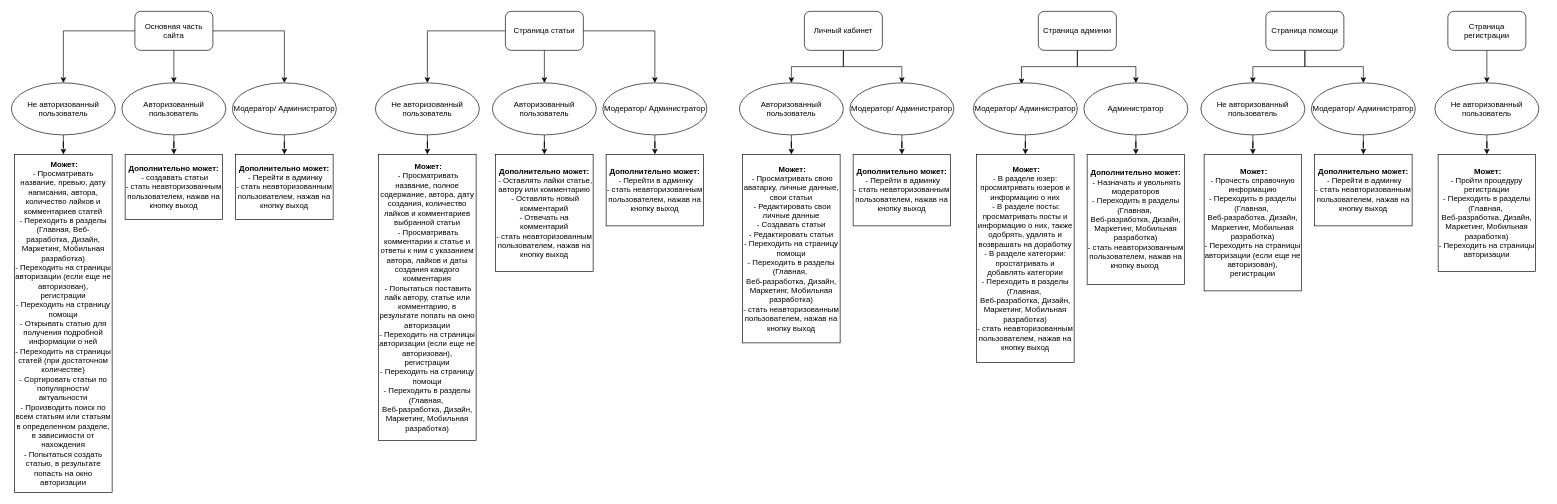
Earlier version of the draw.io diagram Untitled Diagram.drawio (eTcilopp/Agile_teamwork). Source tidied: cells renumbered, new cells numbered last; positions are measured from the earlier drawing's top-left corner, leaving out a move shared by most shapes. Both pictures are drawn from the tidied source at 65%, with x=0, y=0 at pixel (11, 11).
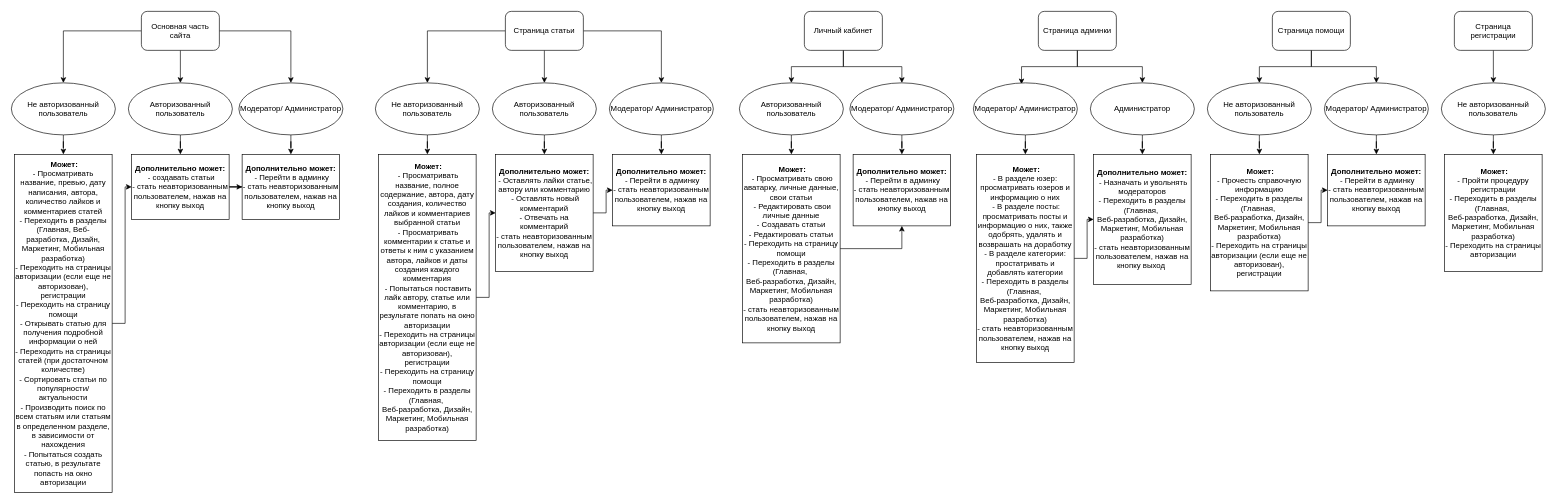
The same page after the edit.

The change refers to these unchanged cells:
```xml
<mxCell id="17" value="&amp;nbsp;&lt;b&gt;Может:&lt;/b&gt;&lt;br&gt;- Просматривать название, превью, дату написания, автора, количество лайков и комментариев статей&lt;br&gt;- Переходить в разделы (Главная, Веб-разработка, Дизайн, Маркетинг, Мобильная разработка)&lt;br&gt;- Переходить на страницы авторизации (если еще не авторизован), регистрации&lt;br&gt;- Переходить на страницу помощи&lt;br&gt;- Открывать статью для получения подробной информации о ней&lt;br&gt;- Переходить на страницы статей (при достаточном количестве)&lt;br&gt;- Сортировать статьи по популярности/актуальности&lt;br&gt;- Производить поиск по всем статьям или статьям в определенном разделе, в зависимости от нахождения&lt;br&gt;- Попытаться создать статью, в результате попасть на окно авторизации" style="rounded=0;whiteSpace=wrap;html=1;" parent="1" vertex="1">
  <mxGeometry x="5" y="220" width="150" height="520" as="geometry" />
</mxCell>
<mxCell id="29" value="&amp;nbsp;&lt;b&gt;Может:&lt;br&gt;&lt;/b&gt;&amp;nbsp;- Просматривать название, полное содержание, автора, дату создания, количество лайков и комментариев выбранной статьи&lt;br&gt;&amp;nbsp;- Просматривать комментарии к статье и ответы к ним с указанием автора, лайков и даты создания каждого комментария&lt;br&gt;&amp;nbsp;- Попытаться поставить лайк автору, статье или комментарию, в результате попать на окно авторизации&lt;br&gt;- Переходить на страницы авторизации (если еще не авторизован), регистрации&lt;br&gt;- Переходить на страницу помощи&lt;br&gt;- Переходить в разделы (Главная,&amp;nbsp;&lt;br&gt;Веб-разработка, Дизайн, Маркетинг, Мобильная разработка)" style="rounded=0;whiteSpace=wrap;html=1;" parent="1" vertex="1">
  <mxGeometry x="565" y="220" width="150" height="440" as="geometry" />
</mxCell>
<mxCell id="30" value="&lt;b&gt;Дополнительно может:&lt;/b&gt;&lt;br&gt;&amp;nbsp;- Оставлять лайки статье, автору или комментарию&lt;br&gt;&amp;nbsp;- Оставлять новый комментарий&lt;br&gt;- Отвечать на комментарий&lt;br&gt;- стать неавторизованным пользователем, нажав на кнопку выход" style="rounded=0;whiteSpace=wrap;html=1;" parent="1" vertex="1">
  <mxGeometry x="745" y="220" width="150" height="180" as="geometry" />
</mxCell>
<mxCell id="41" value="&amp;nbsp;&lt;b&gt;Может:&lt;br&gt;&lt;/b&gt;&amp;nbsp;- Просматривать свою аватарку, личные данные, свои статьи&lt;br&gt;&amp;nbsp;- Редактировать свои личные данные&lt;br&gt;- Создавать статьи&lt;br&gt;- Редактировать статьи&lt;br&gt;- Переходить на страницу помощи&lt;br&gt;- Переходить в разделы (Главная,&amp;nbsp;&lt;br&gt;Веб-разработка, Дизайн, Маркетинг, Мобильная разработка)&lt;br&gt;- стать неавторизованным пользователем, нажав на кнопку выход" style="rounded=0;whiteSpace=wrap;html=1;" parent="1" vertex="1">
  <mxGeometry x="1125" y="220" width="150" height="290" as="geometry" />
</mxCell>
<mxCell id="44" value="&lt;b&gt;Дополнительно может:&lt;/b&gt;&lt;br&gt;&amp;nbsp;- Перейти в админку&lt;br&gt;- стать неавторизованным пользователем, нажав на кнопку выход" style="rounded=0;whiteSpace=wrap;html=1;" parent="1" vertex="1">
  <mxGeometry x="1295" y="220" width="150" height="110" as="geometry" />
</mxCell>
<mxCell id="47" value="&amp;nbsp;&lt;b&gt;Может:&lt;/b&gt;&lt;br&gt;- В разделе юзер: просматривать юзеров и информацию о них&lt;br&gt;&amp;nbsp;- В разделе посты: просматривать посты и информацию о них, также одобрять, удалять и возврашать на доработку&lt;br&gt;- В разделе категории: простатривать и добавлять категории&lt;br&gt;- Переходить в разделы (Главная,&amp;nbsp;&lt;br&gt;Веб-разработка, Дизайн, Маркетинг, Мобильная разработка)&lt;br&gt;- стать неавторизованным пользователем, нажав на кнопку выход" style="rounded=0;whiteSpace=wrap;html=1;" parent="1" vertex="1">
  <mxGeometry x="1485" y="220" width="150" height="320" as="geometry" />
</mxCell>
```

Diff of the diagram source:
```diff
@@
     <mxCell id="5" value="Основная часть сайта" style="rounded=1;whiteSpace=wrap;html=1;" parent="1" vertex="1">
-      <mxGeometry x="190" width="120" height="60" as="geometry" />
+      <mxGeometry x="200" width="120" height="60" as="geometry" />
     </mxCell>
@@
     <mxCell id="14" value="Страница помощи" style="rounded=1;whiteSpace=wrap;html=1;" parent="1" vertex="1">
-      <mxGeometry x="1930" width="120" height="60" as="geometry" />
+      <mxGeometry x="1940" width="120" height="60" as="geometry" />
     </mxCell>
@@
+    <mxCell id="60" style="edgeStyle=orthogonalEdgeStyle;rounded=0;jettySize=auto;html=1;entryX=0;entryY=0.5;entryDx=0;entryDy=0;" parent="1" edge="1" source="17" target="26">
+      <mxGeometry relative="1" as="geometry" />
+    </mxCell>
@@
     <mxCell id="23" value="Страница регистрации" style="rounded=1;whiteSpace=wrap;html=1;" parent="1" vertex="1">
-      <mxGeometry x="2210" width="120" height="60" as="geometry" />
+      <mxGeometry x="2220" width="120" height="60" as="geometry" />
     </mxCell>
@@
     <mxCell id="25" value="Авторизованный пользователь" style="ellipse;whiteSpace=wrap;html=1;" parent="1" vertex="1">
-      <mxGeometry x="170" y="110" width="160" height="80" as="geometry" />
+      <mxGeometry x="180" y="110" width="160" height="80" as="geometry" />
     </mxCell>
+    <mxCell id="61" style="edgeStyle=orthogonalEdgeStyle;rounded=0;jettySize=auto;html=1;" parent="1" edge="1" source="26" target="35">
+      <mxGeometry relative="1" as="geometry" />
+    </mxCell>
     <mxCell id="26" value="&lt;b&gt;Дополнительно может:&lt;/b&gt;&lt;br&gt;&amp;nbsp;- создавать статьи&lt;br&gt;- стать неавторизованным пользователем, нажав на кнопку выход" style="rounded=0;whiteSpace=wrap;html=1;" parent="1" vertex="1">
-      <mxGeometry x="175" y="220" width="150" height="100" as="geometry" />
+      <mxGeometry x="185" y="220" width="150" height="100" as="geometry" />
     </mxCell>
@@
+    <mxCell id="62" style="edgeStyle=orthogonalEdgeStyle;rounded=0;jettySize=auto;html=1;entryX=0;entryY=0.5;entryDx=0;entryDy=0;" parent="1" edge="1" source="29" target="30">
+      <mxGeometry relative="1" as="geometry" />
+    </mxCell>
@@
+    <mxCell id="63" style="edgeStyle=orthogonalEdgeStyle;rounded=0;jettySize=auto;html=1;entryX=0;entryY=0.5;entryDx=0;entryDy=0;" parent="1" edge="1" source="30" target="38">
+      <mxGeometry relative="1" as="geometry" />
+    </mxCell>
@@
     <mxCell id="34" value="Модератор/ Администратор" style="ellipse;whiteSpace=wrap;html=1;" parent="1" vertex="1">
-      <mxGeometry x="340" y="110" width="160" height="80" as="geometry" />
+      <mxGeometry x="350" y="110" width="160" height="80" as="geometry" />
     </mxCell>
     <mxCell id="35" value="&lt;b&gt;Дополнительно может:&lt;/b&gt;&lt;br&gt;&amp;nbsp;- Перейти в админку&lt;br&gt;- стать неавторизованным пользователем, нажав на кнопку выход" style="rounded=0;whiteSpace=wrap;html=1;" parent="1" vertex="1">
-      <mxGeometry x="345" y="220" width="150" height="100" as="geometry" />
+      <mxGeometry x="355" y="220" width="150" height="100" as="geometry" />
     </mxCell>
@@
     <mxCell id="37" value="Модератор/ Администратор" style="ellipse;whiteSpace=wrap;html=1;" parent="1" vertex="1">
-      <mxGeometry x="910" y="110" width="160" height="80" as="geometry" />
+      <mxGeometry x="920" y="110" width="160" height="80" as="geometry" />
     </mxCell>
     <mxCell id="38" value="&lt;b&gt;Дополнительно может:&lt;/b&gt;&lt;br&gt;&amp;nbsp;- Перейти в админку&lt;br&gt;- стать неавторизованным пользователем, нажав на кнопку выход" style="rounded=0;whiteSpace=wrap;html=1;" parent="1" vertex="1">
-      <mxGeometry x="915" y="220" width="150" height="110" as="geometry" />
+      <mxGeometry x="925" y="220" width="150" height="110" as="geometry" />
     </mxCell>
@@
+    <mxCell id="64" style="edgeStyle=orthogonalEdgeStyle;rounded=0;jettySize=auto;html=1;entryX=0.5;entryY=1;entryDx=0;entryDy=0;" parent="1" edge="1" source="41" target="44">
+      <mxGeometry relative="1" as="geometry" />
+    </mxCell>
@@
+    <mxCell id="65" style="edgeStyle=orthogonalEdgeStyle;rounded=0;jettySize=auto;html=1;entryX=0;entryY=0.5;entryDx=0;entryDy=0;" parent="1" edge="1" source="47" target="50">
+      <mxGeometry relative="1" as="geometry" />
+    </mxCell>
@@
     <mxCell id="49" value="Администратор" style="ellipse;whiteSpace=wrap;html=1;" parent="1" vertex="1">
-      <mxGeometry x="1650" y="110" width="160" height="80" as="geometry" />
+      <mxGeometry x="1660" y="110" width="160" height="80" as="geometry" />
     </mxCell>
     <mxCell id="50" value="&lt;b&gt;Дополнительно может:&lt;/b&gt;&lt;br&gt;&amp;nbsp;- Назначать и увольнять модераторов&lt;br&gt;- Переходить в разделы (Главная,&amp;nbsp;&lt;br&gt;Веб-разработка, Дизайн, Маркетинг, Мобильная разработка)&lt;br&gt;- стать неавторизованным пользователем, нажав на кнопку выход&amp;nbsp;" style="rounded=0;whiteSpace=wrap;html=1;" parent="1" vertex="1">
-      <mxGeometry x="1655" y="220" width="150" height="200" as="geometry" />
+      <mxGeometry x="1665" y="220" width="150" height="200" as="geometry" />
     </mxCell>
@@
     <mxCell id="52" value="Не авторизованный пользователь" style="ellipse;whiteSpace=wrap;html=1;" parent="1" vertex="1">
-      <mxGeometry x="1830" y="110" width="160" height="80" as="geometry" />
+      <mxGeometry x="1840" y="110" width="160" height="80" as="geometry" />
     </mxCell>
+    <mxCell id="66" style="edgeStyle=orthogonalEdgeStyle;rounded=0;jettySize=auto;html=1;entryX=0;entryY=0.5;entryDx=0;entryDy=0;" parent="1" edge="1" source="53" target="56">
+      <mxGeometry relative="1" as="geometry" />
+    </mxCell>
     <mxCell id="53" value="&amp;nbsp;&lt;b&gt;Может:&lt;br&gt;&lt;/b&gt;- Прочесть справочную информацию&lt;br&gt;- Переходить в разделы (Главная,&amp;nbsp;&lt;br&gt;Веб-разработка, Дизайн, Маркетинг, Мобильная разработка)&lt;br&gt;- Переходить на страницы авторизации (если еще не авторизован), регистрации" style="rounded=0;whiteSpace=wrap;html=1;" parent="1" vertex="1">
-      <mxGeometry x="1835" y="220" width="150" height="210" as="geometry" />
+      <mxGeometry x="1845" y="220" width="150" height="210" as="geometry" />
     </mxCell>
@@
     <mxCell id="55" value="Модератор/ Администратор" style="ellipse;whiteSpace=wrap;html=1;" parent="1" vertex="1">
-      <mxGeometry x="2000" y="110" width="160" height="80" as="geometry" />
+      <mxGeometry x="2020" y="110" width="160" height="80" as="geometry" />
     </mxCell>
     <mxCell id="56" value="&lt;b&gt;Дополнительно может:&lt;/b&gt;&lt;br&gt;&amp;nbsp;- Перейти в админку&lt;br&gt;- стать неавторизованным пользователем, нажав на кнопку выход" style="rounded=0;whiteSpace=wrap;html=1;" parent="1" vertex="1">
-      <mxGeometry x="2005" y="220" width="150" height="110" as="geometry" />
+      <mxGeometry x="2025" y="220" width="150" height="110" as="geometry" />
     </mxCell>
@@
     <mxCell id="58" value="Не авторизованный пользователь" style="ellipse;whiteSpace=wrap;html=1;" parent="1" vertex="1">
-      <mxGeometry x="2190" y="110" width="160" height="80" as="geometry" />
+      <mxGeometry x="2200" y="110" width="160" height="80" as="geometry" />
     </mxCell>
     <mxCell id="59" value="&amp;nbsp;&lt;b&gt;Может:&lt;br&gt;&lt;/b&gt;- Пройти процедуру регистрации&lt;br&gt;- Переходить в разделы (Главная,&amp;nbsp;&lt;br&gt;Веб-разработка, Дизайн, Маркетинг, Мобильная разработка)&lt;br&gt;- Переходить на страницы авторизации" style="rounded=0;whiteSpace=wrap;html=1;" parent="1" vertex="1">
-      <mxGeometry x="2195" y="220" width="150" height="180" as="geometry" />
+      <mxGeometry x="2205" y="220" width="150" height="180" as="geometry" />
     </mxCell>
```
